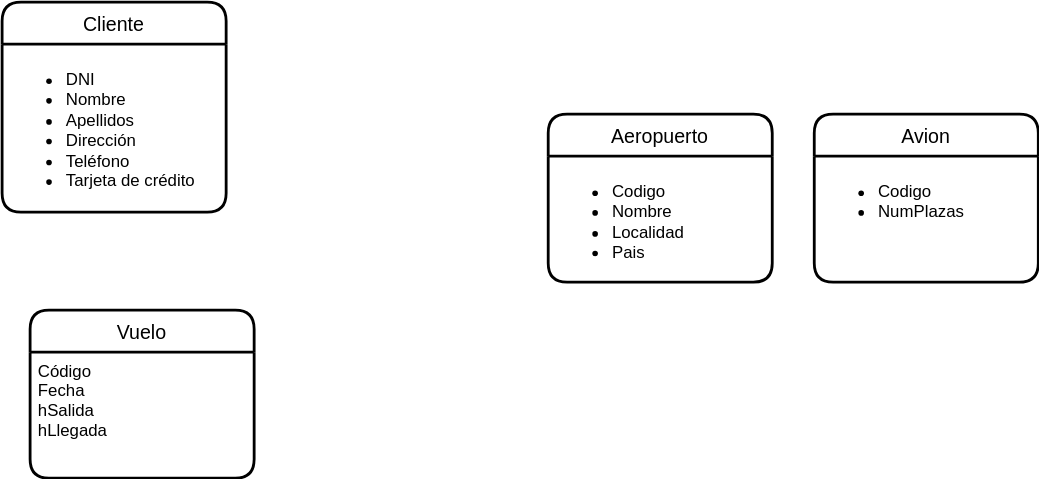
Above: UD12-8.svg in Jimxx22/C3-UD11-UML (draw.io), before the change. Source tidied: cells renumbered, new cells last; positions are measured from the earlier drawing's top-left corner, leaving out a move shared by most shapes.
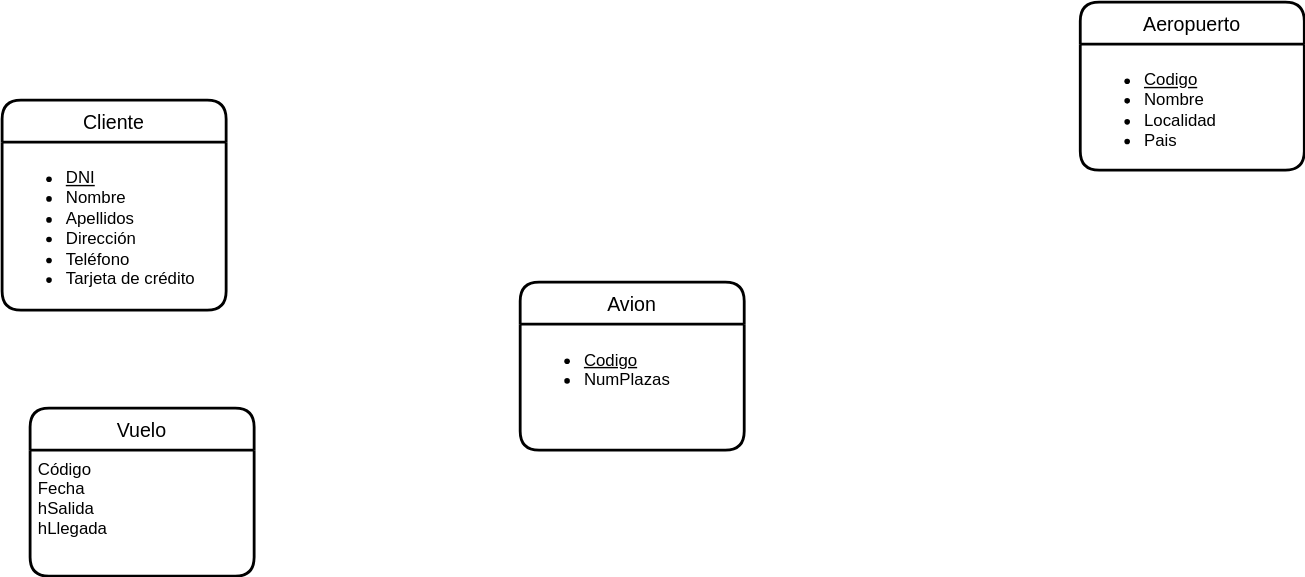
Above is the later version.

What changed in the source:
```diff
@@ -5,19 +5,19 @@
     <mxCell id="2" value="Cliente" style="swimlane;horizontal=1;startSize=30;rounded=1;fontSize=14;fontStyle=0;strokeWidth=2;shadow=0;dashed=0;align=center;html=0;" parent="1" vertex="1">
       <mxGeometry width="160" height="150" as="geometry" />
     </mxCell>
-    <mxCell id="3" value="&lt;ul&gt;&lt;li&gt;DNI&lt;/li&gt;&lt;li&gt;Nombre&lt;/li&gt;&lt;li&gt;Apellidos&lt;/li&gt;&lt;li&gt;Dirección&lt;/li&gt;&lt;li&gt;Teléfono&lt;/li&gt;&lt;li&gt;Tarjeta de crédito&lt;/li&gt;&lt;/ul&gt;" style="align=left;strokeColor=none;fillColor=none;spacingLeft=4;fontSize=12;verticalAlign=top;html=1;" parent="2" vertex="1">
+    <mxCell id="3" value="&lt;ul&gt;&lt;li&gt;&lt;u&gt;DNI&lt;/u&gt;&lt;/li&gt;&lt;li&gt;Nombre&lt;/li&gt;&lt;li&gt;Apellidos&lt;/li&gt;&lt;li&gt;Dirección&lt;/li&gt;&lt;li&gt;Teléfono&lt;/li&gt;&lt;li&gt;Tarjeta de crédito&lt;/li&gt;&lt;/ul&gt;" style="align=left;strokeColor=none;fillColor=none;spacingLeft=4;fontSize=12;verticalAlign=top;html=1;" parent="2" vertex="1">
       <mxGeometry y="30" width="160" height="120" as="geometry" />
     </mxCell>
     <mxCell id="4" value="Aeropuerto" style="swimlane;horizontal=1;startSize=30;rounded=1;fontSize=14;fontStyle=0;strokeWidth=2;shadow=0;dashed=0;align=center;" parent="1" vertex="1">
-      <mxGeometry x="390" y="80" width="160" height="120" as="geometry" />
+      <mxGeometry x="770" y="-70" width="160" height="120" as="geometry" />
     </mxCell>
-    <mxCell id="5" value="&lt;ul&gt;&lt;li&gt;Codigo&lt;/li&gt;&lt;li&gt;Nombre&lt;/li&gt;&lt;li&gt;Localidad&lt;/li&gt;&lt;li&gt;Pais&lt;/li&gt;&lt;/ul&gt;" style="align=left;strokeColor=none;fillColor=none;spacingLeft=4;fontSize=12;verticalAlign=top;html=1;" parent="4" vertex="1">
+    <mxCell id="5" value="&lt;ul&gt;&lt;li&gt;&lt;u&gt;Codigo&lt;/u&gt;&lt;/li&gt;&lt;li&gt;Nombre&lt;/li&gt;&lt;li&gt;Localidad&lt;/li&gt;&lt;li&gt;Pais&lt;/li&gt;&lt;/ul&gt;" style="align=left;strokeColor=none;fillColor=none;spacingLeft=4;fontSize=12;verticalAlign=top;html=1;" parent="4" vertex="1">
       <mxGeometry y="30" width="160" height="90" as="geometry" />
     </mxCell>
     <mxCell id="6" value="Avion" style="swimlane;horizontal=1;startSize=30;rounded=1;fontSize=14;fontStyle=0;strokeWidth=2;shadow=0;dashed=0;align=center;" parent="1" vertex="1">
-      <mxGeometry x="580" y="80" width="160" height="120" as="geometry" />
+      <mxGeometry x="370" y="130" width="160" height="120" as="geometry" />
     </mxCell>
-    <mxCell id="7" value="&lt;ul&gt;&lt;li&gt;Codigo&lt;/li&gt;&lt;li&gt;NumPlazas&lt;/li&gt;&lt;/ul&gt;" style="align=left;strokeColor=none;fillColor=none;spacingLeft=4;fontSize=12;verticalAlign=top;html=1;" parent="6" vertex="1">
+    <mxCell id="7" value="&lt;ul&gt;&lt;li&gt;&lt;u&gt;Codigo&lt;/u&gt;&lt;/li&gt;&lt;li&gt;NumPlazas&lt;/li&gt;&lt;/ul&gt;" style="align=left;strokeColor=none;fillColor=none;spacingLeft=4;fontSize=12;verticalAlign=top;html=1;" parent="6" vertex="1">
       <mxGeometry y="30" width="160" height="90" as="geometry" />
     </mxCell>
     <mxCell id="8" value="Vuelo" style="swimlane;horizontal=1;startSize=30;rounded=1;fontSize=14;fontStyle=0;strokeWidth=2;shadow=0;dashed=0;align=center;html=0;" parent="1" vertex="1">
```
